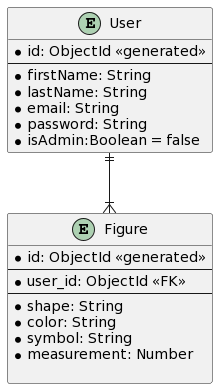
This is ERD/ERD.png from trinhviethoang16/udt-test, a PlantUML export, as it was before one commit.
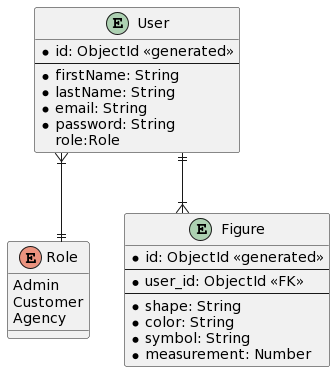
Later version of the same file.

The edit, as a diff of the source:
```diff
@@ -8,7 +8,13 @@
     *lastName: String
     *email: String
     *password: String
-    *isAdmin:Boolean = false
+    role:Role
+}
+
+enum Role {
+    Admin
+    Customer
+    Agency
 }
 
 entity Figure {
@@ -20,8 +26,8 @@
     *color: String
     *symbol: String
     *measurement: Number
-
 }
 
 User ||--|{ Figure
+User }|--|| Role
 @enduml
```
